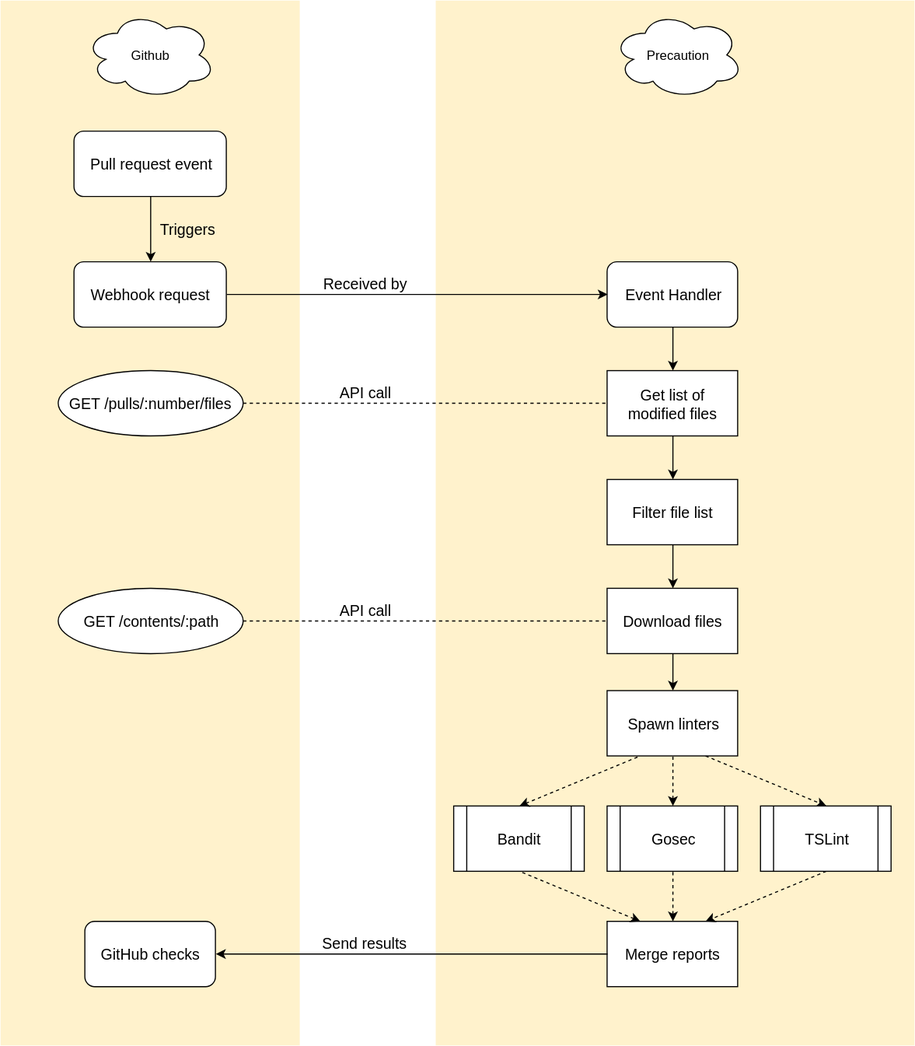
This is docs/architecture.svg from securesauce/precaution-beta, a draw.io export, as it was before one commit. Source tidied: cells renumbered, new cells last; positions are measured from the earlier drawing's top-left corner, leaving out a move shared by most shapes.
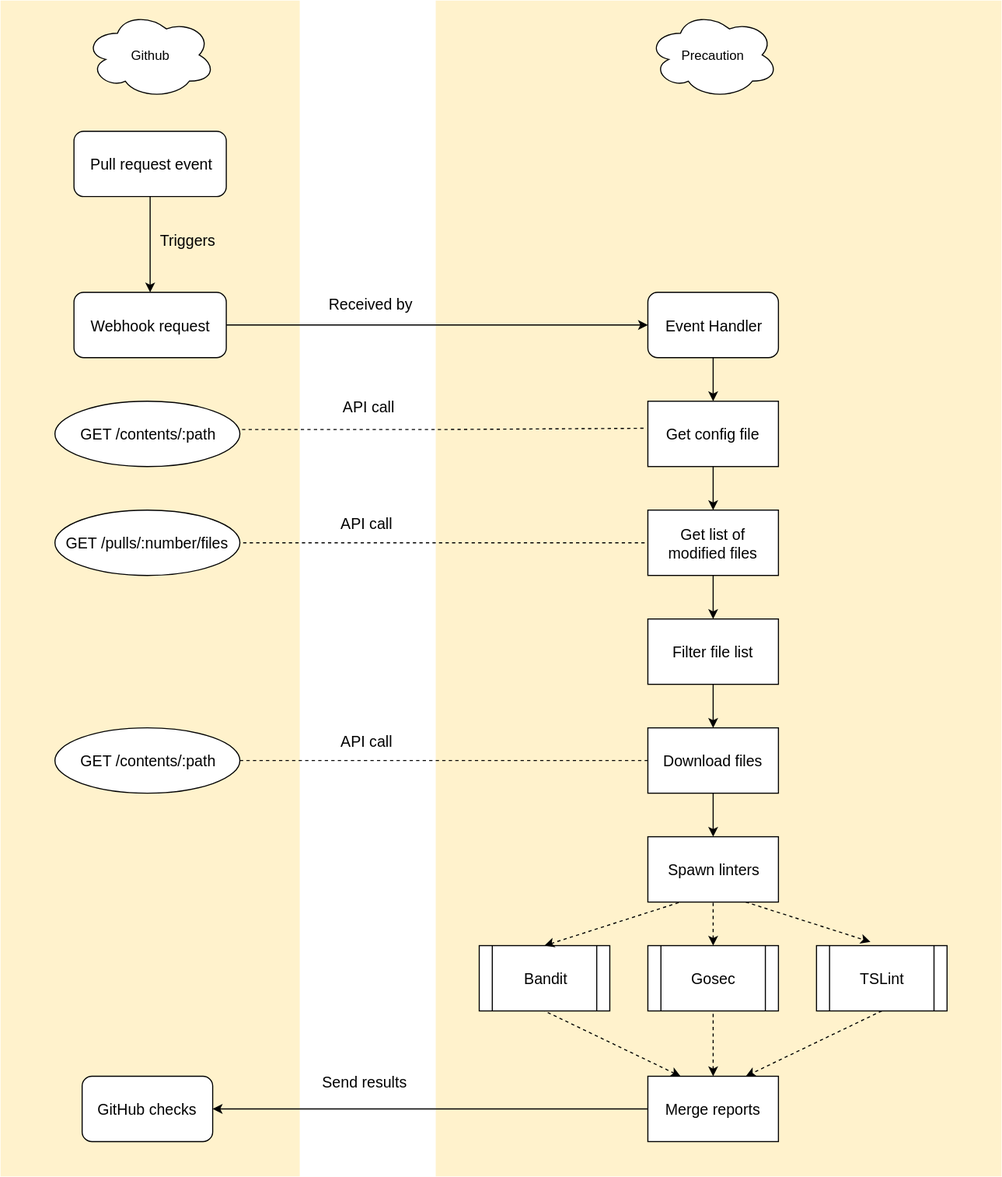
After the commit.

Commit message:
Change architecture diagram

With the addition of the configuration options, we need to
add those changes to the diagram because currently, it doesn't
represent the Precaution control flow correctly.

The edit, as a diff of the source:
```diff
@@ -3,28 +3,22 @@
     <mxCell id="0" />
     <mxCell id="1" parent="0" />
     <mxCell id="2" style="rounded=0;whiteSpace=wrap;html=1;fontSize=14;align=center;fillColor=#fff2cc;strokeColor=none;" parent="1" vertex="1">
-      <mxGeometry width="275" height="960" as="geometry" />
+      <mxGeometry width="275" height="1080" as="geometry" />
     </mxCell>
     <mxCell id="3" style="rounded=0;whiteSpace=wrap;html=1;fontSize=14;align=center;fillColor=#fff2cc;strokeColor=none;" parent="1" vertex="1">
-      <mxGeometry x="400" width="440" height="960" as="geometry" />
+      <mxGeometry x="400" width="520" height="1080" as="geometry" />
     </mxCell>
     <mxCell id="4" value="Github" style="ellipse;shape=cloud;whiteSpace=wrap;html=1;" parent="1" vertex="1">
       <mxGeometry x="77.5" y="10" width="120" height="80" as="geometry" />
     </mxCell>
-    <mxCell id="5" value="Get list of modified files&lt;br style=&quot;font-size: 14px&quot;&gt;" style="rounded=0;whiteSpace=wrap;html=1;fontSize=14;spacingLeft=1;spacingRight=1;" parent="1" vertex="1">
-      <mxGeometry x="557.5" y="340" width="120" height="60" as="geometry" />
-    </mxCell>
     <mxCell id="6" value="Precaution&lt;br&gt;" style="ellipse;shape=cloud;whiteSpace=wrap;html=1;" parent="1" vertex="1">
-      <mxGeometry x="562.5" y="10" width="120" height="80" as="geometry" />
+      <mxGeometry x="595" y="10" width="120" height="80" as="geometry" />
     </mxCell>
-    <mxCell id="7" value="Download files&lt;br style=&quot;font-size: 14px;&quot;&gt;" style="rounded=0;whiteSpace=wrap;html=1;fontSize=14;" parent="1" vertex="1">
-      <mxGeometry x="557.5" y="540" width="120" height="60" as="geometry" />
-    </mxCell>
     <mxCell id="8" value="Event Handler" style="rounded=1;whiteSpace=wrap;html=1;fontSize=14;" parent="1" vertex="1">
-      <mxGeometry x="557.5" y="240" width="120" height="60" as="geometry" />
+      <mxGeometry x="595" y="268" width="120" height="60" as="geometry" />
     </mxCell>
     <mxCell id="9" value="Webhook request" style="rounded=1;fontSize=14;verticalAlign=middle;whiteSpace=wrap;html=1;imageAspect=1;" parent="1" vertex="1">
-      <mxGeometry x="67.5" y="240" width="140" height="60" as="geometry" />
+      <mxGeometry x="67.5" y="268" width="140" height="60" as="geometry" />
     </mxCell>
     <mxCell id="10" value="Pull request event" style="rounded=1;fontSize=14;verticalAlign=middle;whiteSpace=wrap;html=1;imageAspect=1;" parent="1" vertex="1">
       <mxGeometry x="67.5" y="120" width="140" height="60" as="geometry" />
@@ -33,64 +27,98 @@
       <mxGeometry relative="1" as="geometry" />
     </mxCell>
     <mxCell id="12" value="Triggers" style="text;html=1;align=center;verticalAlign=top;spacingTop=-4;fontSize=14;" parent="1" vertex="1">
-      <mxGeometry x="137.5" y="200" width="70" height="20" as="geometry" />
+      <mxGeometry x="137.5" y="210" width="70" height="20" as="geometry" />
     </mxCell>
     <mxCell id="13" style="endArrow=classic;html=1;fontSize=14;exitX=1;exitY=0.5;exitDx=0;exitDy=0;entryX=0;entryY=0.5;entryDx=0;entryDy=0;" parent="1" edge="1" source="9" target="8">
       <mxGeometry relative="1" as="geometry" />
     </mxCell>
     <mxCell id="14" value="Received by" style="text;html=1;align=center;verticalAlign=top;spacingTop=-4;fontSize=14;" parent="1" vertex="1">
-      <mxGeometry x="290" y="250" width="90" height="20" as="geometry" />
+      <mxGeometry x="295" y="268" width="90" height="20" as="geometry" />
     </mxCell>
-    <mxCell id="15" style="endArrow=classic;html=1;fontSize=14;exitX=0.5;exitY=1;exitDx=0;exitDy=0;entryX=0.5;entryY=0;entryDx=0;entryDy=0;" parent="1" edge="1" source="8" target="5">
-      <mxGeometry relative="1" as="geometry" />
-    </mxCell>
-    <mxCell id="16" value="Filter file list&lt;br style=&quot;font-size: 14px&quot;&gt;" style="rounded=0;whiteSpace=wrap;html=1;fontSize=14;" parent="1" vertex="1">
-      <mxGeometry x="557.5" y="440" width="120" height="60" as="geometry" />
-    </mxCell>
     <mxCell id="17" value="GET /pulls/:number/files" style="ellipse;whiteSpace=wrap;html=1;fontSize=14;align=center;" parent="1" vertex="1">
-      <mxGeometry x="52.5" y="340" width="170" height="60" as="geometry" />
+      <mxGeometry x="50" y="468" width="170" height="60" as="geometry" />
     </mxCell>
-    <mxCell id="18" style="endArrow=none;dashed=1;html=1;fontSize=14;entryX=0;entryY=0.5;entryDx=0;entryDy=0;exitX=1;exitY=0.5;exitDx=0;exitDy=0;" parent="1" edge="1" source="17" target="5">
-      <mxGeometry relative="1" as="geometry" />
+    <mxCell id="18" style="endArrow=none;dashed=1;html=1;fontSize=14;" parent="1" edge="1">
+      <mxGeometry relative="1" as="geometry">
+        <mxPoint x="223" y="498" as="sourcePoint" />
+        <mxPoint x="592" y="498" as="targetPoint" />
+      </mxGeometry>
     </mxCell>
-    <mxCell id="19" style="endArrow=classic;html=1;fontSize=14;exitX=0.5;exitY=1;exitDx=0;exitDy=0;entryX=0.5;entryY=0;entryDx=0;entryDy=0;" parent="1" edge="1" source="5" target="16">
-      <mxGeometry relative="1" as="geometry" />
-    </mxCell>
-    <mxCell id="20" style="endArrow=classic;html=1;fontSize=14;exitX=0.5;exitY=1;exitDx=0;exitDy=0;entryX=0.5;entryY=0;entryDx=0;entryDy=0;" parent="1" edge="1" source="16" target="7">
-      <mxGeometry relative="1" as="geometry" />
-    </mxCell>
     <mxCell id="21" value="GET /contents/:path" style="ellipse;whiteSpace=wrap;html=1;fontSize=14;align=center;" parent="1" vertex="1">
-      <mxGeometry x="52.5" y="540" width="170" height="60" as="geometry" />
+      <mxGeometry x="50" y="668" width="170" height="60" as="geometry" />
     </mxCell>
     <mxCell id="22" style="endArrow=none;dashed=1;html=1;fontSize=14;entryX=0;entryY=0.5;entryDx=0;entryDy=0;exitX=1;exitY=0.5;exitDx=0;exitDy=0;" parent="1" edge="1" source="21" target="7">
       <mxGeometry relative="1" as="geometry" />
     </mxCell>
-    <mxCell id="23" style="edgeStyle=none;rounded=0;jettySize=auto;html=1;exitX=0.75;exitY=1;exitDx=0;exitDy=0;dashed=1;entryX=0.5;entryY=0;entryDx=0;entryDy=0;" parent="1" edge="1" source="24" target="39">
-      <mxGeometry relative="1" as="geometry" />
-    </mxCell>
-    <mxCell id="24" value="Spawn linters&lt;br style=&quot;font-size: 14px&quot;&gt;" style="rounded=0;whiteSpace=wrap;html=1;fontSize=14;" parent="1" vertex="1">
-      <mxGeometry x="557.5" y="634" width="120" height="60" as="geometry" />
-    </mxCell>
-    <mxCell id="25" style="endArrow=classic;html=1;fontSize=14;entryX=0.5;entryY=0;entryDx=0;entryDy=0;exitX=0.5;exitY=1;exitDx=0;exitDy=0;" parent="1" edge="1" source="7" target="24">
-      <mxGeometry relative="1" as="geometry" />
-    </mxCell>
-    <mxCell id="26" value="Merge reports" style="rounded=0;whiteSpace=wrap;html=1;fontSize=14;align=center;" parent="1" vertex="1">
-      <mxGeometry x="557.5" y="846" width="120" height="60" as="geometry" />
-    </mxCell>
     <mxCell id="27" value="GitHub checks" style="rounded=1;whiteSpace=wrap;html=1;fontSize=14;align=center;" parent="1" vertex="1">
-      <mxGeometry x="77.5" y="846" width="120" height="60" as="geometry" />
+      <mxGeometry x="75" y="988" width="120" height="60" as="geometry" />
     </mxCell>
     <mxCell id="28" style="endArrow=classic;html=1;fontSize=14;exitX=0;exitY=0.5;exitDx=0;exitDy=0;entryX=1;entryY=0.5;entryDx=0;entryDy=0;" parent="1" edge="1" source="26" target="27">
       <mxGeometry relative="1" as="geometry" />
     </mxCell>
     <mxCell id="29" value="Send results" style="text;html=1;align=center;verticalAlign=top;spacingTop=-4;fontSize=14;" parent="1" vertex="1">
-      <mxGeometry x="290" y="856" width="90" height="20" as="geometry" />
+      <mxGeometry x="290" y="983" width="90" height="20" as="geometry" />
     </mxCell>
+    <mxCell id="36" value="API call" style="text;html=1;align=center;verticalAlign=top;spacingTop=-4;fontSize=14;" parent="1" vertex="1">
+      <mxGeometry x="306" y="470" width="60" height="20" as="geometry" />
+    </mxCell>
+    <mxCell id="37" value="API call" style="text;html=1;align=center;verticalAlign=top;spacingTop=-4;fontSize=14;" parent="1" vertex="1">
+      <mxGeometry x="306" y="670" width="60" height="20" as="geometry" />
+    </mxCell>
+    <mxCell id="40" style="ellipse;whiteSpace=wrap;html=1;gradientColor=none;fillColor=#000000;" parent="1" vertex="1">
+      <mxGeometry x="700" y="780" as="geometry" />
+    </mxCell>
+    <mxCell id="41" value="GET /contents/:path" style="ellipse;whiteSpace=wrap;html=1;fontSize=14;align=center;" parent="1" vertex="1">
+      <mxGeometry x="50" y="368" width="170" height="60" as="geometry" />
+    </mxCell>
+    <mxCell id="42" value="Get config file&lt;br style=&quot;font-size: 14px&quot;&gt;" style="rounded=0;whiteSpace=wrap;html=1;fontSize=14;spacingLeft=1;spacingRight=1;" parent="1" vertex="1">
+      <mxGeometry x="595" y="368" width="120" height="60" as="geometry" />
+    </mxCell>
+    <mxCell id="43" style="endArrow=classic;html=1;fontSize=14;exitX=0.5;exitY=1;exitDx=0;exitDy=0;" parent="1" edge="1" source="42" target="5">
+      <mxGeometry relative="1" as="geometry" />
+    </mxCell>
+    <mxCell id="44" value="API call" style="text;html=1;align=center;verticalAlign=top;spacingTop=-4;fontSize=14;" parent="1" vertex="1">
+      <mxGeometry x="308" y="363" width="60" height="20" as="geometry" />
+    </mxCell>
+    <mxCell id="45" style="endArrow=none;dashed=1;html=1;fontSize=14;entryX=-0.025;entryY=0.414;entryDx=0;entryDy=0;entryPerimeter=0;" parent="1" edge="1" target="42">
+      <mxGeometry relative="1" as="geometry">
+        <mxPoint x="222" y="394" as="sourcePoint" />
+        <Array as="points">
+          <mxPoint x="372" y="394" />
+          <mxPoint x="392" y="394" />
+          <mxPoint x="402" y="394" />
+        </Array>
+      </mxGeometry>
+    </mxCell>
+    <mxCell id="5" value="Get list of modified files&lt;br style=&quot;font-size: 14px&quot;&gt;" style="rounded=0;whiteSpace=wrap;html=1;fontSize=14;spacingLeft=1;spacingRight=1;" parent="1" vertex="1">
+      <mxGeometry x="595" y="468" width="120" height="60" as="geometry" />
+    </mxCell>
+    <mxCell id="7" value="Download files&lt;br style=&quot;font-size: 14px;&quot;&gt;" style="rounded=0;whiteSpace=wrap;html=1;fontSize=14;" parent="1" vertex="1">
+      <mxGeometry x="595" y="668" width="120" height="60" as="geometry" />
+    </mxCell>
+    <mxCell id="16" value="Filter file list&lt;br style=&quot;font-size: 14px&quot;&gt;" style="rounded=0;whiteSpace=wrap;html=1;fontSize=14;" parent="1" vertex="1">
+      <mxGeometry x="595" y="568" width="120" height="60" as="geometry" />
+    </mxCell>
+    <mxCell id="19" style="endArrow=classic;html=1;fontSize=14;exitX=0.5;exitY=1;exitDx=0;exitDy=0;entryX=0.5;entryY=0;entryDx=0;entryDy=0;" parent="1" edge="1" source="5" target="16">
+      <mxGeometry relative="1" as="geometry" />
+    </mxCell>
+    <mxCell id="20" style="endArrow=classic;html=1;fontSize=14;exitX=0.5;exitY=1;exitDx=0;exitDy=0;entryX=0.5;entryY=0;entryDx=0;entryDy=0;" parent="1" edge="1" source="16" target="7">
+      <mxGeometry relative="1" as="geometry" />
+    </mxCell>
+    <mxCell id="25" style="endArrow=classic;html=1;fontSize=14;entryX=0.5;entryY=0;entryDx=0;entryDy=0;exitX=0.5;exitY=1;exitDx=0;exitDy=0;" parent="1" edge="1" source="7" target="24">
+      <mxGeometry relative="1" as="geometry" />
+    </mxCell>
+    <mxCell id="24" value="Spawn linters&lt;br style=&quot;font-size: 14px&quot;&gt;" style="rounded=0;whiteSpace=wrap;html=1;fontSize=14;" parent="1" vertex="1">
+      <mxGeometry x="595" y="768" width="120" height="60" as="geometry" />
+    </mxCell>
+    <mxCell id="26" value="Merge reports" style="rounded=0;whiteSpace=wrap;html=1;fontSize=14;align=center;" parent="1" vertex="1">
+      <mxGeometry x="595" y="988" width="120" height="60" as="geometry" />
+    </mxCell>
     <mxCell id="30" value="Bandit" style="shape=process;whiteSpace=wrap;html=1;backgroundOutline=1;fontSize=14;align=center;" parent="1" vertex="1">
-      <mxGeometry x="416.5" y="740" width="120" height="60" as="geometry" />
+      <mxGeometry x="440" y="868" width="120" height="60" as="geometry" />
     </mxCell>
     <mxCell id="31" value="Gosec" style="shape=process;whiteSpace=wrap;html=1;backgroundOutline=1;fontSize=14;align=center;" parent="1" vertex="1">
-      <mxGeometry x="557.5" y="740" width="120" height="60" as="geometry" />
+      <mxGeometry x="595" y="868" width="120" height="60" as="geometry" />
     </mxCell>
     <mxCell id="32" style="endArrow=none;dashed=1;html=1;fontSize=14;startArrow=classic;startFill=1;entryX=0.25;entryY=1;entryDx=0;entryDy=0;exitX=0.5;exitY=0;exitDx=0;exitDy=0;" parent="1" edge="1" source="30" target="24">
       <mxGeometry relative="1" as="geometry" />
@@ -98,23 +126,23 @@
     <mxCell id="33" style="endArrow=none;dashed=1;html=1;fontSize=14;startArrow=classic;startFill=1;entryX=0.5;entryY=1;entryDx=0;entryDy=0;exitX=0.5;exitY=0;exitDx=0;exitDy=0;" parent="1" edge="1" source="31" target="24">
       <mxGeometry relative="1" as="geometry" />
     </mxCell>
+    <mxCell id="35" style="endArrow=none;dashed=1;html=1;fontSize=14;startArrow=classic;startFill=1;entryX=0.5;entryY=1;entryDx=0;entryDy=0;exitX=0.5;exitY=0;exitDx=0;exitDy=0;" parent="1" edge="1" source="26" target="31">
+      <mxGeometry relative="1" as="geometry" />
+    </mxCell>
     <mxCell id="34" style="endArrow=none;dashed=1;html=1;fontSize=14;startArrow=classic;startFill=1;entryX=0.5;entryY=1;entryDx=0;entryDy=0;exitX=0.25;exitY=0;exitDx=0;exitDy=0;" parent="1" edge="1" source="26" target="30">
       <mxGeometry relative="1" as="geometry" />
     </mxCell>
-    <mxCell id="35" style="endArrow=none;dashed=1;html=1;fontSize=14;startArrow=classic;startFill=1;entryX=0.5;entryY=1;entryDx=0;entryDy=0;exitX=0.5;exitY=0;exitDx=0;exitDy=0;" parent="1" edge="1" source="26" target="31">
-      <mxGeometry relative="1" as="geometry" />
-    </mxCell>
-    <mxCell id="36" value="API call" style="text;html=1;align=center;verticalAlign=top;spacingTop=-4;fontSize=14;" parent="1" vertex="1">
-      <mxGeometry x="305" y="350" width="60" height="20" as="geometry" />
-    </mxCell>
-    <mxCell id="37" value="API call" style="text;html=1;align=center;verticalAlign=top;spacingTop=-4;fontSize=14;" parent="1" vertex="1">
-      <mxGeometry x="305" y="550" width="60" height="20" as="geometry" />
-    </mxCell>
     <mxCell id="38" style="edgeStyle=none;rounded=0;jettySize=auto;html=1;exitX=0.5;exitY=1;exitDx=0;exitDy=0;entryX=0.75;entryY=0;entryDx=0;entryDy=0;dashed=1;" parent="1" edge="1" source="39" target="26">
       <mxGeometry relative="1" as="geometry" />
     </mxCell>
     <mxCell id="39" value="TSLint&lt;br&gt;" style="shape=process;whiteSpace=wrap;html=1;backgroundOutline=1;fontSize=14;align=center;" parent="1" vertex="1">
-      <mxGeometry x="698.5" y="740" width="120" height="60" as="geometry" />
+      <mxGeometry x="750" y="868" width="120" height="60" as="geometry" />
     </mxCell>
+    <mxCell id="23" style="edgeStyle=none;rounded=0;jettySize=auto;html=1;exitX=0.75;exitY=1;exitDx=0;exitDy=0;dashed=1;entryX=0.413;entryY=-0.057;entryDx=0;entryDy=0;entryPerimeter=0;" parent="1" edge="1" source="24" target="39">
+      <mxGeometry relative="1" as="geometry" />
+    </mxCell>
+    <mxCell id="46" style="endArrow=classic;html=1;fontSize=14;exitX=0.5;exitY=1;exitDx=0;exitDy=0;entryX=0.5;entryY=0;entryDx=0;entryDy=0;" parent="1" edge="1" source="8" target="42">
+      <mxGeometry relative="1" as="geometry" />
+    </mxCell>
   </root>
 </mxGraphModel>
```
